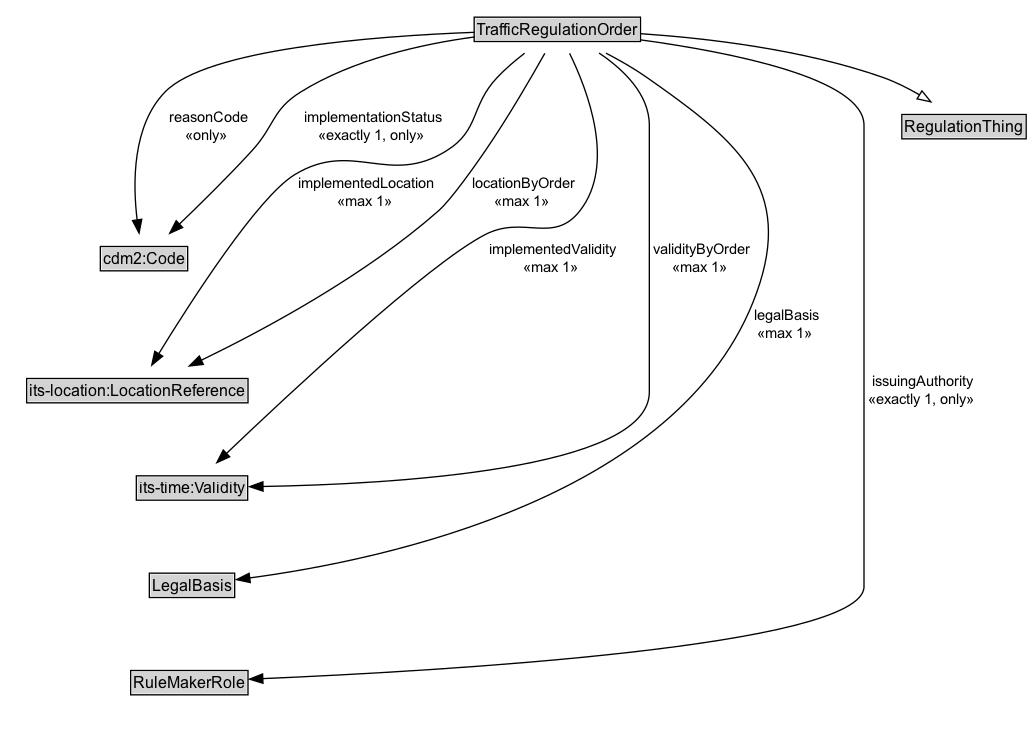
The Graphviz diagram docs/diagrams/TrafficRegulationOrder.dot.png in k-vaughn/ontology-its-regulation, before a commit. Its source is kept beside it as docs/diagrams/TrafficRegulationOrder.dot.
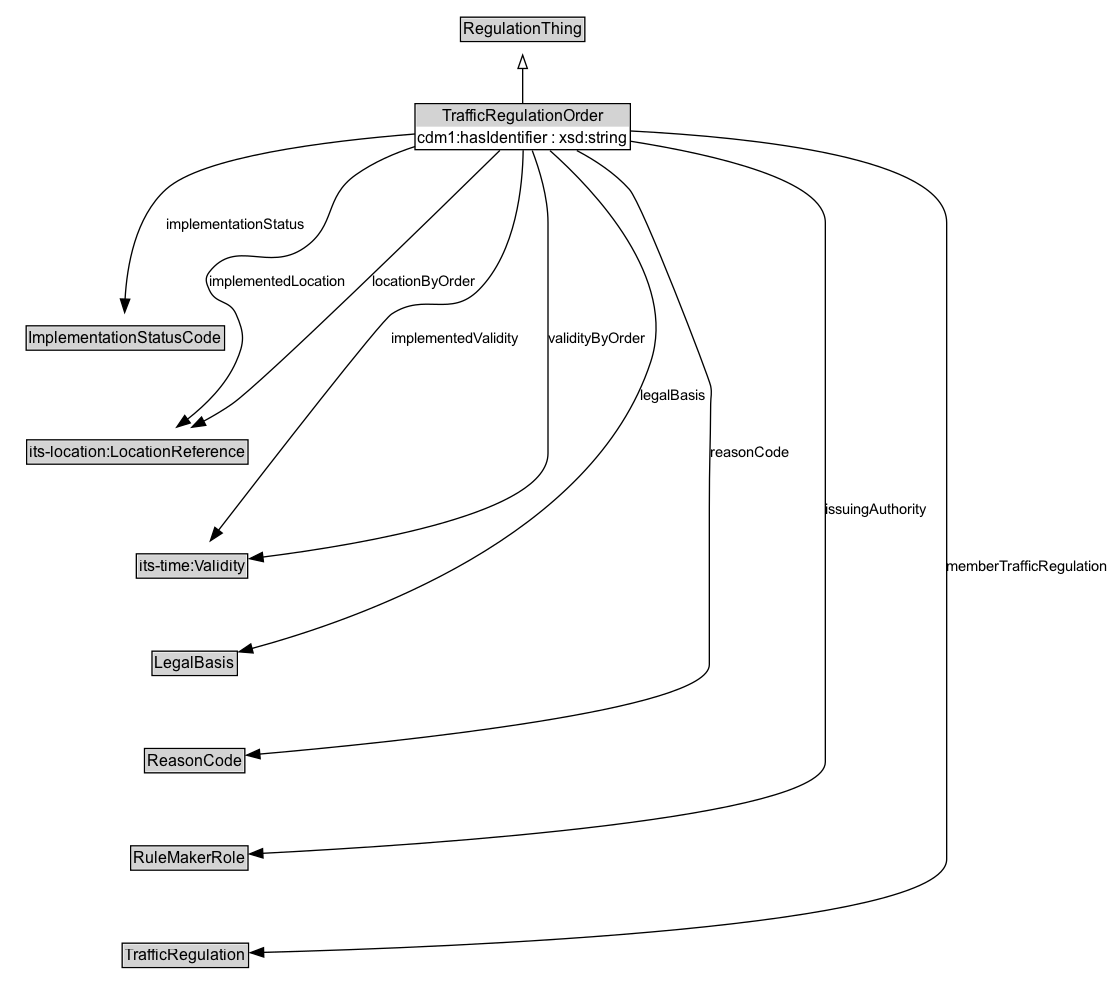
The same diagram one commit later.

Diff of the diagram source:
```diff
@@ -2,41 +2,48 @@
 	graph [overlap=false rankdir=TB splines=true]
 	node [fontname=Arial fontsize=12 margin=0 shape=none]
 	edge [fontname=Arial fontsize=11]
-	TrafficRegulationOrder [label=<<TABLE BORDER="1" CELLBORDER="0" CELLSPACING="0" CELLPADDING="1"><TR><TD BGCOLOR="lightgray" ALIGN="CENTER">TrafficRegulationOrder</TD></TR></TABLE>> URL="../TrafficRegulationOrder" margin=0]
+	{
+		rank=source
+		RegulationThing [label=<<TABLE BORDER="1" CELLBORDER="0" CELLSPACING="0" CELLPADDING="1"><TR><TD BGCOLOR="lightgray" ALIGN="CENTER">RegulationThing</TD></TR></TABLE>> URL="../RegulationThing" margin=0]
+	}
+	TrafficRegulationOrder [label=<<TABLE BORDER="1" CELLBORDER="0" CELLSPACING="0" CELLPADDING="1"><TR><TD BGCOLOR="lightgray" ALIGN="CENTER">TrafficRegulationOrder</TD></TR><TR><TD ALIGN="LEFT">cdm1:hasIdentifier : xsd:string</TD></TR></TABLE>> URL="../TrafficRegulationOrder" margin=0]
 	{
 		rank=max
 	}
 	subgraph cluster_associated {
 		label="" style=invis
 		Invis [label=<<TABLE BORDER="0" CELLBORDER="0" CELLSPACING="0" CELLPADDING="1"><TR><TD></TD></TR></TABLE>> margin=0 style=invis]
-		cdm2_Code [label=<<TABLE BORDER="1" CELLBORDER="0" CELLSPACING="0" CELLPADDING="1"><TR><TD BGCOLOR="lightgray" ALIGN="CENTER">cdm2:Code</TD></TR></TABLE>> URL="https://w3id.org/citydata/part2/v1/Code" margin=0]
+		ImplementationStatusCode [label=<<TABLE BORDER="1" CELLBORDER="0" CELLSPACING="0" CELLPADDING="1"><TR><TD BGCOLOR="lightgray" ALIGN="CENTER">ImplementationStatusCode</TD></TR></TABLE>> URL="../ImplementationStatusCode" margin=0]
 		"its-location_LocationReference" [label=<<TABLE BORDER="1" CELLBORDER="0" CELLSPACING="0" CELLPADDING="1"><TR><TD BGCOLOR="lightgray" ALIGN="CENTER">its-location:LocationReference</TD></TR></TABLE>> URL="https://w3id.org/itsdata/location/v1/LocationReference" margin=0]
 		"its-time_Validity" [label=<<TABLE BORDER="1" CELLBORDER="0" CELLSPACING="0" CELLPADDING="1"><TR><TD BGCOLOR="lightgray" ALIGN="CENTER">its-time:Validity</TD></TR></TABLE>> URL="https://w3id.org/itsdata/time/v1/Validity" margin=0]
 		LegalBasis [label=<<TABLE BORDER="1" CELLBORDER="0" CELLSPACING="0" CELLPADDING="1"><TR><TD BGCOLOR="lightgray" ALIGN="CENTER">LegalBasis</TD></TR></TABLE>> URL="../LegalBasis" margin=0]
+		ReasonCode [label=<<TABLE BORDER="1" CELLBORDER="0" CELLSPACING="0" CELLPADDING="1"><TR><TD BGCOLOR="lightgray" ALIGN="CENTER">ReasonCode</TD></TR></TABLE>> URL="../ReasonCode" margin=0]
 		RuleMakerRole [label=<<TABLE BORDER="1" CELLBORDER="0" CELLSPACING="0" CELLPADDING="1"><TR><TD BGCOLOR="lightgray" ALIGN="CENTER">RuleMakerRole</TD></TR></TABLE>> URL="../RuleMakerRole" margin=0]
+		TrafficRegulation [label=<<TABLE BORDER="1" CELLBORDER="0" CELLSPACING="0" CELLPADDING="1"><TR><TD BGCOLOR="lightgray" ALIGN="CENTER">TrafficRegulation</TD></TR></TABLE>> URL="../TrafficRegulation" margin=0]
 	}
-	RegulationThing [label=<<TABLE BORDER="1" CELLBORDER="0" CELLSPACING="0" CELLPADDING="1"><TR><TD BGCOLOR="lightgray" ALIGN="CENTER">RegulationThing</TD></TR></TABLE>> URL="../RegulationThing" margin=0]
 	TrafficRegulationOrder -> RegulationThing [arrowhead=onormal style=solid]
 	TrafficRegulationOrder -> Invis [style=invis]
-	Invis -> cdm2_Code [style=invis]
-	cdm2_Code -> "its-location_LocationReference" [style=invis]
+	Invis -> ImplementationStatusCode [style=invis]
+	ImplementationStatusCode -> "its-location_LocationReference" [style=invis]
 	"its-location_LocationReference" -> "its-time_Validity" [style=invis]
 	"its-time_Validity" -> LegalBasis [style=invis]
-	LegalBasis -> RuleMakerRole [style=invis]
-	TrafficRegulationOrder -> RuleMakerRole [label=" issuingAuthority
- «exactly 1, only»  " arrowhead=normal style=solid]
-	TrafficRegulationOrder -> cdm2_Code [label=" reasonCode
- «only»  " arrowhead=normal style=solid]
-	TrafficRegulationOrder -> cdm2_Code [label=" implementationStatus
- «exactly 1, only»  " arrowhead=normal style=solid]
-	TrafficRegulationOrder -> LegalBasis [label=" legalBasis
- «max 1»  " arrowhead=normal style=solid]
-	TrafficRegulationOrder -> "its-location_LocationReference" [label=" implementedLocation
- «max 1»  " arrowhead=normal style=solid]
-	TrafficRegulationOrder -> "its-location_LocationReference" [label=" locationByOrder
- «max 1»  " arrowhead=normal style=solid]
-	TrafficRegulationOrder -> "its-time_Validity" [label=" implementedValidity
- «max 1»  " arrowhead=normal style=solid]
-	TrafficRegulationOrder -> "its-time_Validity" [label=" validityByOrder
- «max 1»  " arrowhead=normal style=solid]
+	LegalBasis -> ReasonCode [style=invis]
+	ReasonCode -> RuleMakerRole [style=invis]
+	RuleMakerRole -> TrafficRegulation [style=invis]
+	RuleMakerRole [label=<<TABLE BORDER="1" CELLBORDER="0" CELLSPACING="0" CELLPADDING="1"><TR><TD BGCOLOR="lightgray" ALIGN="CENTER">RuleMakerRole</TD></TR></TABLE>> URL="../RuleMakerRole" margin=0]
+	TrafficRegulationOrder -> RuleMakerRole [label=issuingAuthority arrowhead=normal style=solid]
+	ReasonCode [label=<<TABLE BORDER="1" CELLBORDER="0" CELLSPACING="0" CELLPADDING="1"><TR><TD BGCOLOR="lightgray" ALIGN="CENTER">ReasonCode</TD></TR></TABLE>> URL="../ReasonCode" margin=0]
+	TrafficRegulationOrder -> ReasonCode [label=reasonCode arrowhead=normal style=solid]
+	ImplementationStatusCode [label=<<TABLE BORDER="1" CELLBORDER="0" CELLSPACING="0" CELLPADDING="1"><TR><TD BGCOLOR="lightgray" ALIGN="CENTER">ImplementationStatusCode</TD></TR></TABLE>> URL="../ImplementationStatusCode" margin=0]
+	TrafficRegulationOrder -> ImplementationStatusCode [label=implementationStatus arrowhead=normal style=solid]
+	LegalBasis [label=<<TABLE BORDER="1" CELLBORDER="0" CELLSPACING="0" CELLPADDING="1"><TR><TD BGCOLOR="lightgray" ALIGN="CENTER">LegalBasis</TD></TR></TABLE>> URL="../LegalBasis" margin=0]
+	TrafficRegulationOrder -> LegalBasis [label=legalBasis arrowhead=normal style=solid]
+	"its-location_LocationReference" [label=<<TABLE BORDER="1" CELLBORDER="0" CELLSPACING="0" CELLPADDING="1"><TR><TD BGCOLOR="lightgray" ALIGN="CENTER">its-location:LocationReference</TD></TR></TABLE>> URL="https://w3id.org/itsdata/location/v1/LocationReference" margin=0]
+	TrafficRegulationOrder -> "its-location_LocationReference" [label=implementedLocation arrowhead=normal style=solid]
+	TrafficRegulationOrder -> "its-location_LocationReference" [label=locationByOrder arrowhead=normal style=solid]
+	"its-time_Validity" [label=<<TABLE BORDER="1" CELLBORDER="0" CELLSPACING="0" CELLPADDING="1"><TR><TD BGCOLOR="lightgray" ALIGN="CENTER">its-time:Validity</TD></TR></TABLE>> URL="https://w3id.org/itsdata/time/v1/Validity" margin=0]
+	TrafficRegulationOrder -> "its-time_Validity" [label=implementedValidity arrowhead=normal style=solid]
+	TrafficRegulationOrder -> "its-time_Validity" [label=validityByOrder arrowhead=normal style=solid]
+	TrafficRegulation [label=<<TABLE BORDER="1" CELLBORDER="0" CELLSPACING="0" CELLPADDING="1"><TR><TD BGCOLOR="lightgray" ALIGN="CENTER">TrafficRegulation</TD></TR></TABLE>> URL="../TrafficRegulation" margin=0]
+	TrafficRegulationOrder -> TrafficRegulation [label=memberTrafficRegulation arrowhead=normal style=solid]
 }
```
